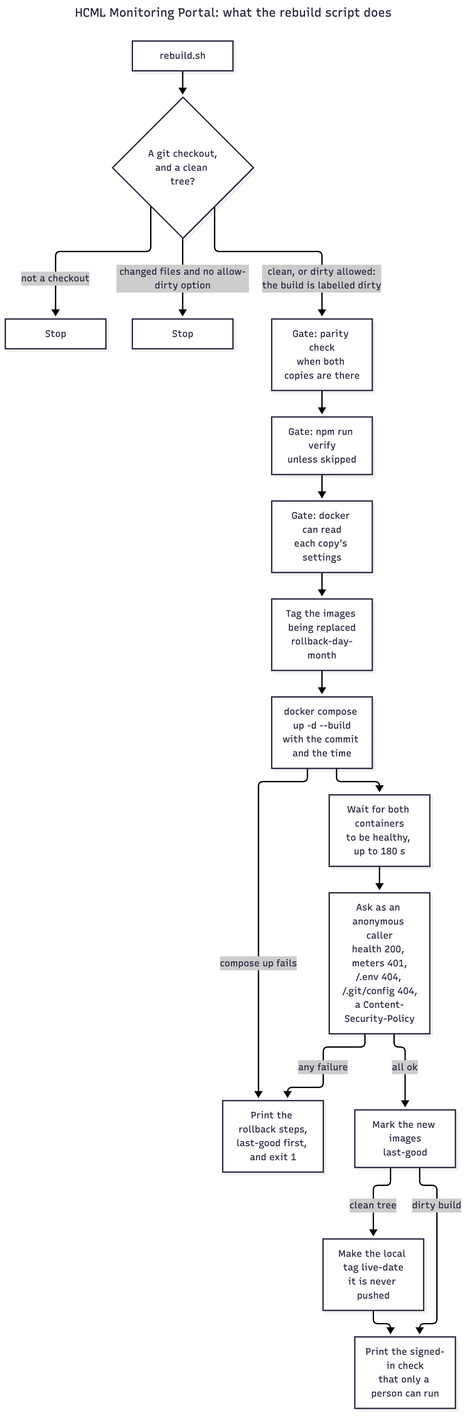
This is docs/handover/diagrams/rebuild-flow.png from Fxkra28/Dashboard-Zabbix-Prototype, a Mermaid export, as it was before one commit. Its source is kept beside it as docs/handover/diagrams/rebuild-flow.mmd.
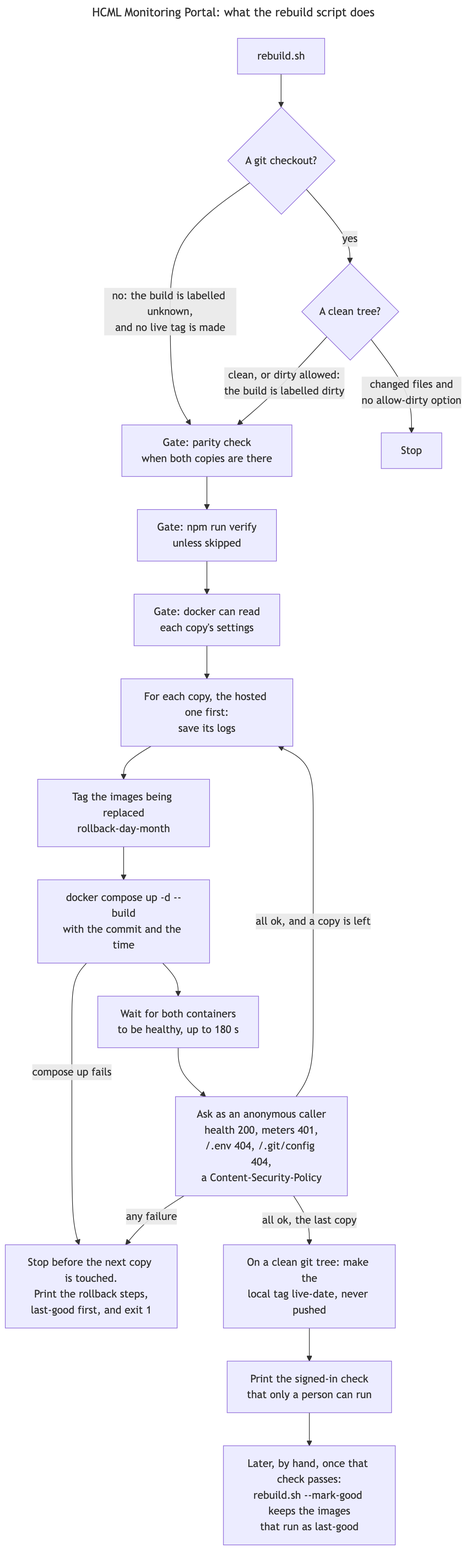
Above is the later version.

Diff of the diagram source:
```diff
@@ -3,19 +3,21 @@
 ---
 flowchart TD
 
-    A["rebuild.sh"] --> B{"A git checkout,<br/>and a clean tree?"}
-    B -->|"not a checkout"| X1["Stop"]
-    B -->|"changed files and no allow-dirty option"| X2["Stop"]
-    B -->|"clean, or dirty allowed:<br/>the build is labelled dirty"| C["Gate: parity check<br/>when both copies are there"]
+    A["rebuild.sh"] --> B{"A git checkout?"}
+    B -->|"no: the build is labelled unknown,<br/>and no live tag is made"| C
+    B -->|"yes"| B2{"A clean tree?"}
+    B2 -->|"changed files and<br/>no allow-dirty option"| X["Stop"]
+    B2 -->|"clean, or dirty allowed:<br/>the build is labelled dirty"| C["Gate: parity check<br/>when both copies are there"]
     C --> D["Gate: npm run verify<br/>unless skipped"]
     D --> E["Gate: docker can read<br/>each copy's settings"]
-    E --> F["Tag the images being replaced<br/>rollback-day-month"]
+    E --> S["For each copy, the hosted one first:<br/>save its logs"]
+    S --> F["Tag the images being replaced<br/>rollback-day-month"]
     F --> G["docker compose up -d --build<br/>with the commit and the time"]
     G -->|"compose up fails"| K
     G --> H["Wait for both containers<br/>to be healthy, up to 180 s"]
     H --> I["Ask as an anonymous caller<br/>health 200, meters 401,<br/>/.env 404, /.git/config 404,<br/>a Content-Security-Policy"]
-    I -->|"all ok"| M["Mark the new images<br/>last-good"]
-    I -->|"any failure"| K["Print the rollback steps,<br/>last-good first, and exit 1"]
-    M -->|"clean tree"| J["Make the local tag live-date<br/>it is never pushed"]
-    M -->|"dirty build"| L
+    I -->|"any failure"| K["Stop before the next copy is touched.<br/>Print the rollback steps,<br/>last-good first, and exit 1"]
+    I -->|"all ok, and a copy is left"| S
+    I -->|"all ok, the last copy"| J["On a clean git tree: make the<br/>local tag live-date, never pushed"]
     J --> L["Print the signed-in check<br/>that only a person can run"]
+    L --> M["Later, by hand, once that check passes:<br/>rebuild.sh --mark-good keeps the images<br/>that run as last-good"]
```
